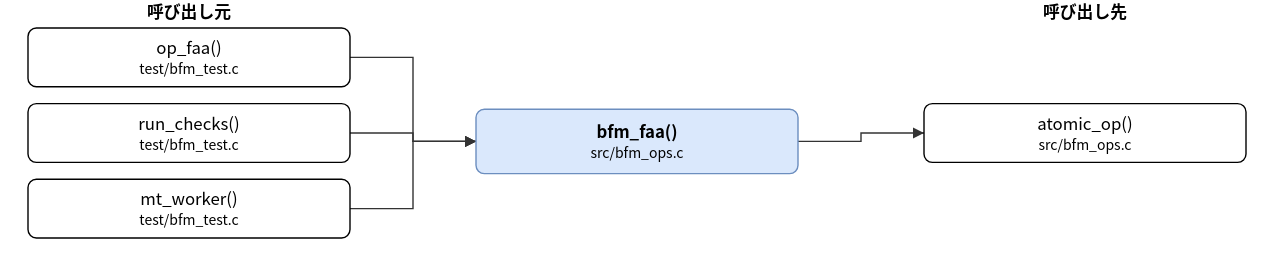
This is doc/spec/images/call_src_bfm_ops-bfm_faa.drawio.svg from hf355051012-ai/bfmem, a draw.io export, as it was before one commit. Source tidied: cells renumbered, new cells last; positions are measured from the earlier drawing's top-left corner, leaving out a move shared by most shapes.
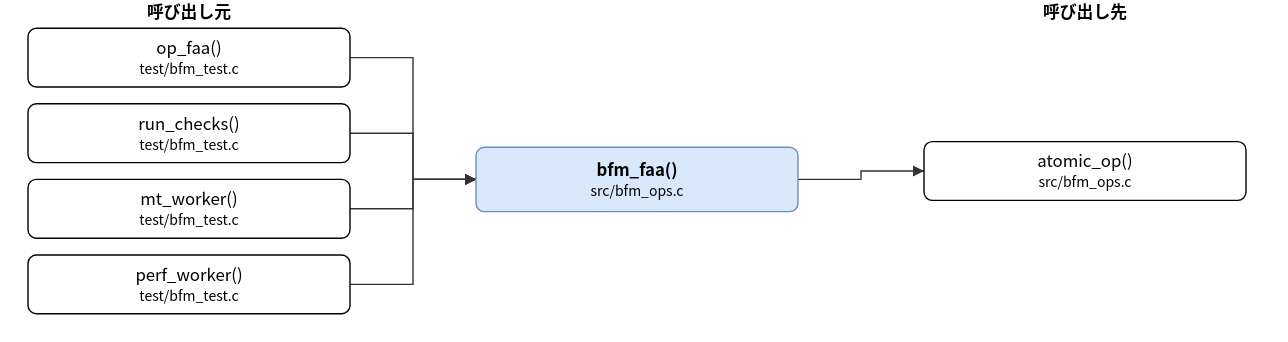
Above is the later version.

The edit, as a diff of the source:
```diff
@@ -3,7 +3,7 @@
     <mxCell id="0" />
     <mxCell id="1" parent="0" />
     <mxCell id="2" value="bfm_faa()&lt;br&gt;&lt;font style=&quot;font-size:10px&quot;&gt;src/bfm_ops.c&lt;/font&gt;" style="rounded=1;whiteSpace=wrap;html=1;fillColor=#dae8fc;strokeColor=#6c8ebf;fontStyle=1;" parent="1" vertex="1">
-      <mxGeometry x="320" y="78" width="230" height="46" as="geometry" />
+      <mxGeometry x="320" y="105" width="230" height="46" as="geometry" />
     </mxCell>
     <mxCell id="3" value="op_faa()&lt;br&gt;&lt;font style=&quot;font-size:10px&quot;&gt;test/bfm_test.c&lt;/font&gt;" style="rounded=1;whiteSpace=wrap;html=1;" parent="1" vertex="1">
       <mxGeometry y="20" width="230" height="42" as="geometry" />
@@ -14,14 +14,17 @@
     <mxCell id="5" value="mt_worker()&lt;br&gt;&lt;font style=&quot;font-size:10px&quot;&gt;test/bfm_test.c&lt;/font&gt;" style="rounded=1;whiteSpace=wrap;html=1;" parent="1" vertex="1">
       <mxGeometry y="128" width="230" height="42" as="geometry" />
     </mxCell>
+    <mxCell id="13" value="perf_worker()&lt;br&gt;&lt;font style=&quot;font-size:10px&quot;&gt;test/bfm_test.c&lt;/font&gt;" style="rounded=1;whiteSpace=wrap;html=1;" parent="1" vertex="1">
+      <mxGeometry y="182" width="230" height="42" as="geometry" />
+    </mxCell>
     <mxCell id="6" value="atomic_op()&lt;br&gt;&lt;font style=&quot;font-size:10px&quot;&gt;src/bfm_ops.c&lt;/font&gt;" style="rounded=1;whiteSpace=wrap;html=1;" parent="1" vertex="1">
-      <mxGeometry x="640" y="74" width="230" height="42" as="geometry" />
+      <mxGeometry x="640" y="101" width="230" height="42" as="geometry" />
     </mxCell>
     <mxCell id="7" style="edgeStyle=none;html=1;rounded=0;endArrow=block;endFill=1;exitX=1.0000;exitY=0.5000;exitDx=0;exitDy=0;exitPerimeter=0;entryX=0.0000;entryY=0.5000;entryDx=0;entryDy=0;entryPerimeter=0;" parent="1" edge="1" source="3" target="2">
       <mxGeometry relative="1" as="geometry">
         <Array as="points">
           <mxPoint x="275" y="41" />
-          <mxPoint x="275" y="101" />
+          <mxPoint x="275" y="128" />
         </Array>
       </mxGeometry>
     </mxCell>
@@ -29,7 +32,7 @@
       <mxGeometry relative="1" as="geometry">
         <Array as="points">
           <mxPoint x="275" y="95" />
-          <mxPoint x="275" y="101" />
+          <mxPoint x="275" y="128" />
         </Array>
       </mxGeometry>
     </mxCell>
@@ -37,18 +40,26 @@
       <mxGeometry relative="1" as="geometry">
         <Array as="points">
           <mxPoint x="275" y="149" />
-          <mxPoint x="275" y="101" />
+          <mxPoint x="275" y="128" />
         </Array>
       </mxGeometry>
     </mxCell>
-    <mxCell id="10" style="edgeStyle=none;html=1;rounded=0;endArrow=block;endFill=1;exitX=1.0000;exitY=0.5000;exitDx=0;exitDy=0;exitPerimeter=0;entryX=0.0000;entryY=0.5000;entryDx=0;entryDy=0;entryPerimeter=0;" parent="1" edge="1" source="2" target="6">
+    <mxCell id="10" style="edgeStyle=none;html=1;rounded=0;endArrow=block;endFill=1;exitX=1.0000;exitY=0.5000;exitDx=0;exitDy=0;exitPerimeter=0;entryX=0.0000;entryY=0.5000;entryDx=0;entryDy=0;entryPerimeter=0;" parent="1" edge="1" source="13" target="2">
       <mxGeometry relative="1" as="geometry">
         <Array as="points">
-          <mxPoint x="595" y="101" />
-          <mxPoint x="595" y="95" />
+          <mxPoint x="275" y="203" />
+          <mxPoint x="275" y="128" />
         </Array>
       </mxGeometry>
     </mxCell>
+    <mxCell id="14" style="edgeStyle=none;html=1;rounded=0;endArrow=block;endFill=1;exitX=1.0000;exitY=0.5000;exitDx=0;exitDy=0;exitPerimeter=0;entryX=0.0000;entryY=0.5000;entryDx=0;entryDy=0;entryPerimeter=0;" parent="1" edge="1" source="2" target="6">
+      <mxGeometry relative="1" as="geometry">
+        <Array as="points">
+          <mxPoint x="595" y="128" />
+          <mxPoint x="595" y="122" />
+        </Array>
+      </mxGeometry>
+    </mxCell>
     <mxCell id="11" value="呼び出し元" style="text;html=1;align=center;fontStyle=1;" parent="1" vertex="1">
       <mxGeometry x="35" width="160" height="18" as="geometry" />
     </mxCell>
```
